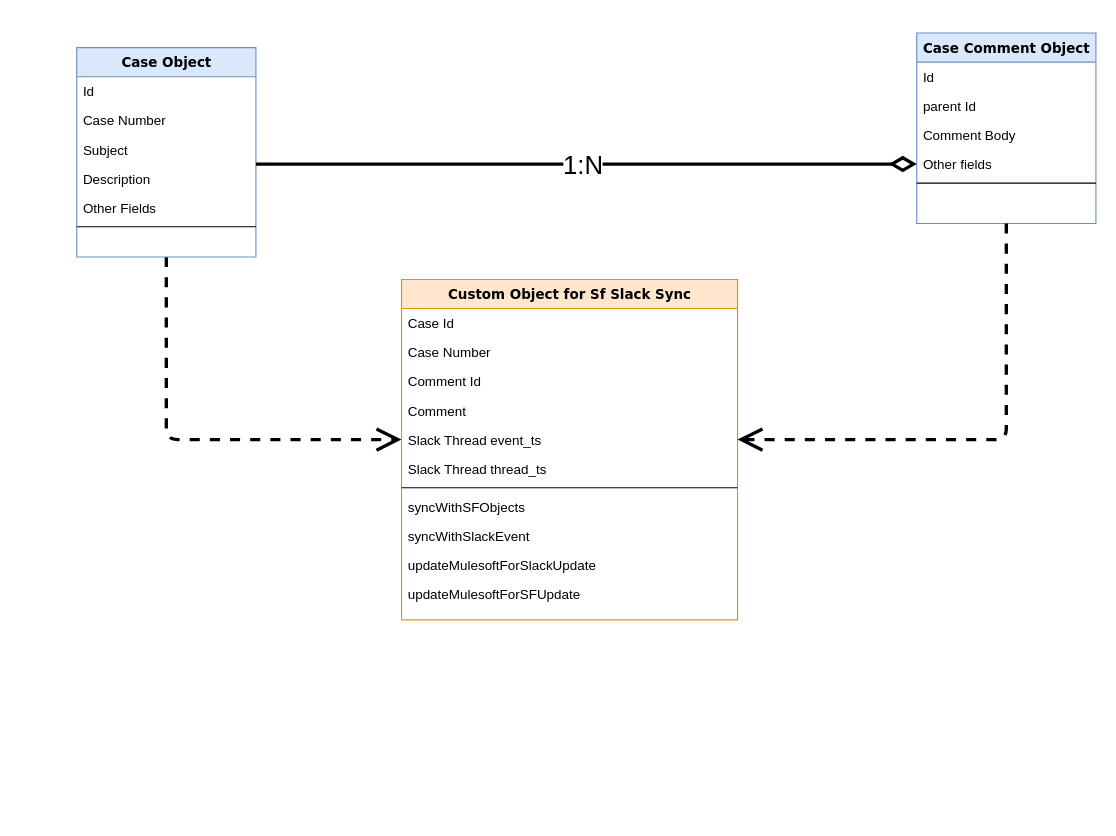
This is ObjectDiagramForSlackToSlaesforceBiDirectional.drawio from sumanchatterjee3/draw-io, a draw.io file, before an edit. Source tidied: cells renumbered, new cells numbered last; positions are measured from the earlier drawing's top-left corner, leaving out a move shared by most shapes. Both pictures are drawn from the tidied source at 112%, with x=0, y=0 at pixel (76, 32). Pictures stored in the file or linked from it are replaced by grey dashed boxes.
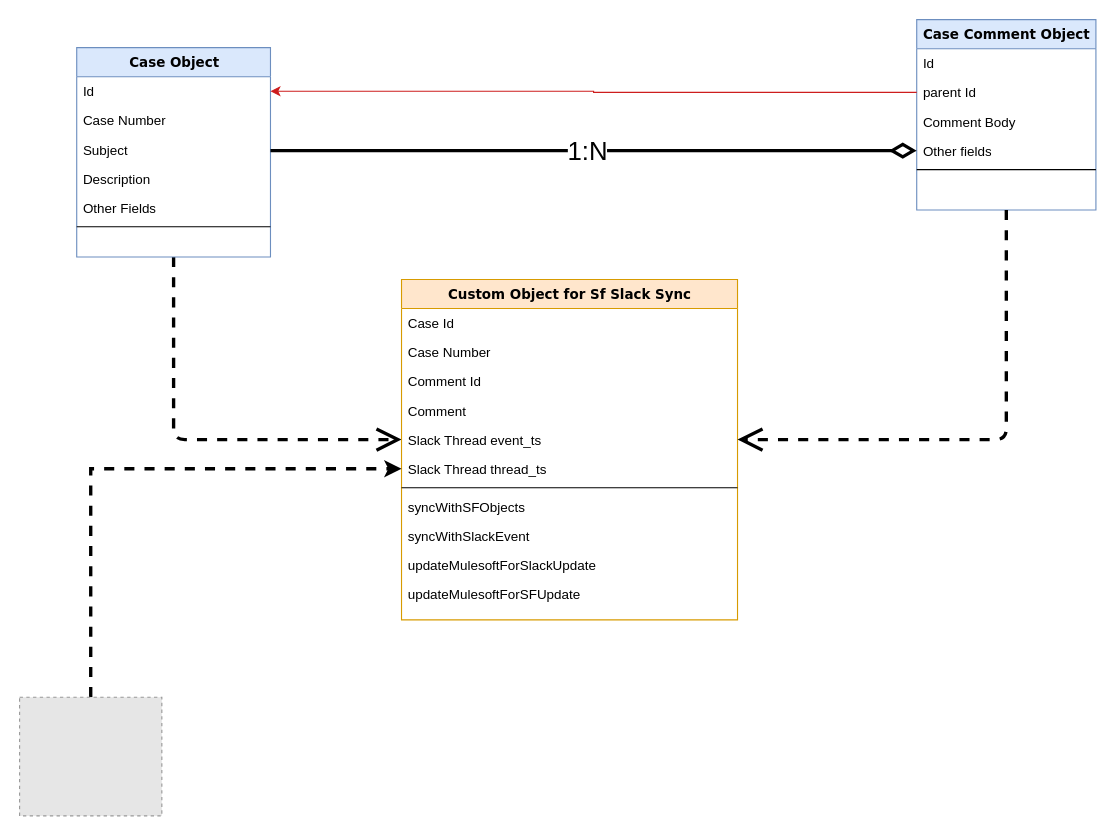
After the change.

The change refers to these unchanged cells:
```xml
<mxCell id="12" value="parent Id" style="text;html=1;strokeColor=none;fillColor=none;align=left;verticalAlign=top;spacingLeft=4;spacingRight=4;whiteSpace=wrap;overflow=hidden;points=[[0,0.5],[1,0.5]];portConstraint=eastwest;" parent="10" vertex="1">
  <mxGeometry y="52" width="160" height="26" as="geometry" />
</mxCell>
<mxCell id="22" value="Slack Thread&amp;nbsp;thread_ts" style="text;html=1;strokeColor=none;fillColor=none;align=left;verticalAlign=top;spacingLeft=4;spacingRight=4;whiteSpace=wrap;overflow=hidden;points=[[0,0.5],[1,0.5]];portConstraint=eastwest;" parent="16" vertex="1">
  <mxGeometry y="156" width="300" height="26" as="geometry" />
</mxCell>
```

Diff of the diagram source:
```diff
@@
     <mxCell id="3" value="Case Object" style="swimlane;html=1;fontStyle=1;align=center;verticalAlign=top;horizontal=1;startSize=26;swimlaneFillColor=#ffffff;rounded=0;shadow=0;comic=0;labelBackgroundColor=none;strokeWidth=1;fillColor=#dae8fc;fontFamily=Verdana;fontSize=12;strokeColor=#6c8ebf;" parent="1" vertex="1">
-      <mxGeometry y="13" width="160" height="187" as="geometry" />
+      <mxGeometry y="13" width="173" height="187" as="geometry" />
     </mxCell>
     <mxCell id="4" value="Id" style="text;html=1;strokeColor=none;fillColor=none;align=left;verticalAlign=top;spacingLeft=4;spacingRight=4;whiteSpace=wrap;overflow=hidden;points=[[0,0.5],[1,0.5]];portConstraint=eastwest;" parent="3" vertex="1">
-      <mxGeometry y="26" width="160" height="26" as="geometry" />
+      <mxGeometry y="26" width="173" height="26" as="geometry" />
     </mxCell>
     <mxCell id="5" value="Case Number" style="text;html=1;strokeColor=none;fillColor=none;align=left;verticalAlign=top;spacingLeft=4;spacingRight=4;whiteSpace=wrap;overflow=hidden;" parent="3" vertex="1">
-      <mxGeometry y="52" width="160" height="26" as="geometry" />
+      <mxGeometry y="52" width="173" height="26" as="geometry" />
     </mxCell>
     <mxCell id="6" value="Subject" style="text;html=1;strokeColor=none;fillColor=none;align=left;verticalAlign=top;spacingLeft=4;spacingRight=4;whiteSpace=wrap;overflow=hidden;" parent="3" vertex="1">
-      <mxGeometry y="78" width="160" height="26" as="geometry" />
+      <mxGeometry y="78" width="173" height="26" as="geometry" />
     </mxCell>
     <mxCell id="7" value="Description" style="text;html=1;strokeColor=none;fillColor=none;align=left;verticalAlign=top;spacingLeft=4;spacingRight=4;whiteSpace=wrap;overflow=hidden;" parent="3" vertex="1">
-      <mxGeometry y="104" width="160" height="26" as="geometry" />
+      <mxGeometry y="104" width="173" height="26" as="geometry" />
     </mxCell>
     <mxCell id="8" value="Other Fields" style="text;html=1;strokeColor=none;fillColor=none;align=left;verticalAlign=top;spacingLeft=4;spacingRight=4;whiteSpace=wrap;overflow=hidden;" parent="3" vertex="1">
-      <mxGeometry y="130" width="160" height="26" as="geometry" />
+      <mxGeometry y="130" width="173" height="26" as="geometry" />
     </mxCell>
     <mxCell id="9" style="line;html=1;strokeWidth=1;fillColor=none;align=left;verticalAlign=middle;spacingTop=-1;spacingLeft=3;spacingRight=3;labelPosition=right;" parent="3" vertex="1">
-      <mxGeometry y="156" width="160" height="8" as="geometry" />
+      <mxGeometry y="156" width="173" height="8" as="geometry" />
     </mxCell>
     <mxCell id="10" value="Case Comment Object" style="swimlane;html=1;fontStyle=1;align=center;verticalAlign=top;horizontal=1;startSize=26;swimlaneFillColor=#ffffff;rounded=0;shadow=0;comic=0;labelBackgroundColor=none;strokeWidth=1;fillColor=#dae8fc;fontFamily=Verdana;fontSize=12;strokeColor=#6c8ebf;" parent="1" vertex="1">
-      <mxGeometry x="750" width="160" height="170" as="geometry" />
+      <mxGeometry x="750" y="-12" width="160" height="170" as="geometry" />
     </mxCell>
@@
+    <mxCell id="31" style="edgeStyle=orthogonalEdgeStyle;rounded=0;jettySize=auto;html=1;strokeColor=#cd1d1d;" parent="1" edge="1" source="12" target="4">
+      <mxGeometry relative="1" as="geometry" />
+    </mxCell>
+    <mxCell id="32" style="edgeStyle=orthogonalEdgeStyle;rounded=0;jettySize=auto;html=1;entryX=0;entryY=0.5;entryDx=0;entryDy=0;dashed=1;strokeWidth=3;" parent="1" edge="1" source="33" target="22">
+      <mxGeometry relative="1" as="geometry" />
+    </mxCell>
+    <mxCell id="33" style="fillColor=#E6E6E6;strokeColor=#999999;dashed=1;verticalLabelPosition=bottom;verticalAlign=top;" parent="1" vertex="1">
+      <mxGeometry x="-51" y="593" width="127" height="106" as="geometry" />
+    </mxCell>
```
